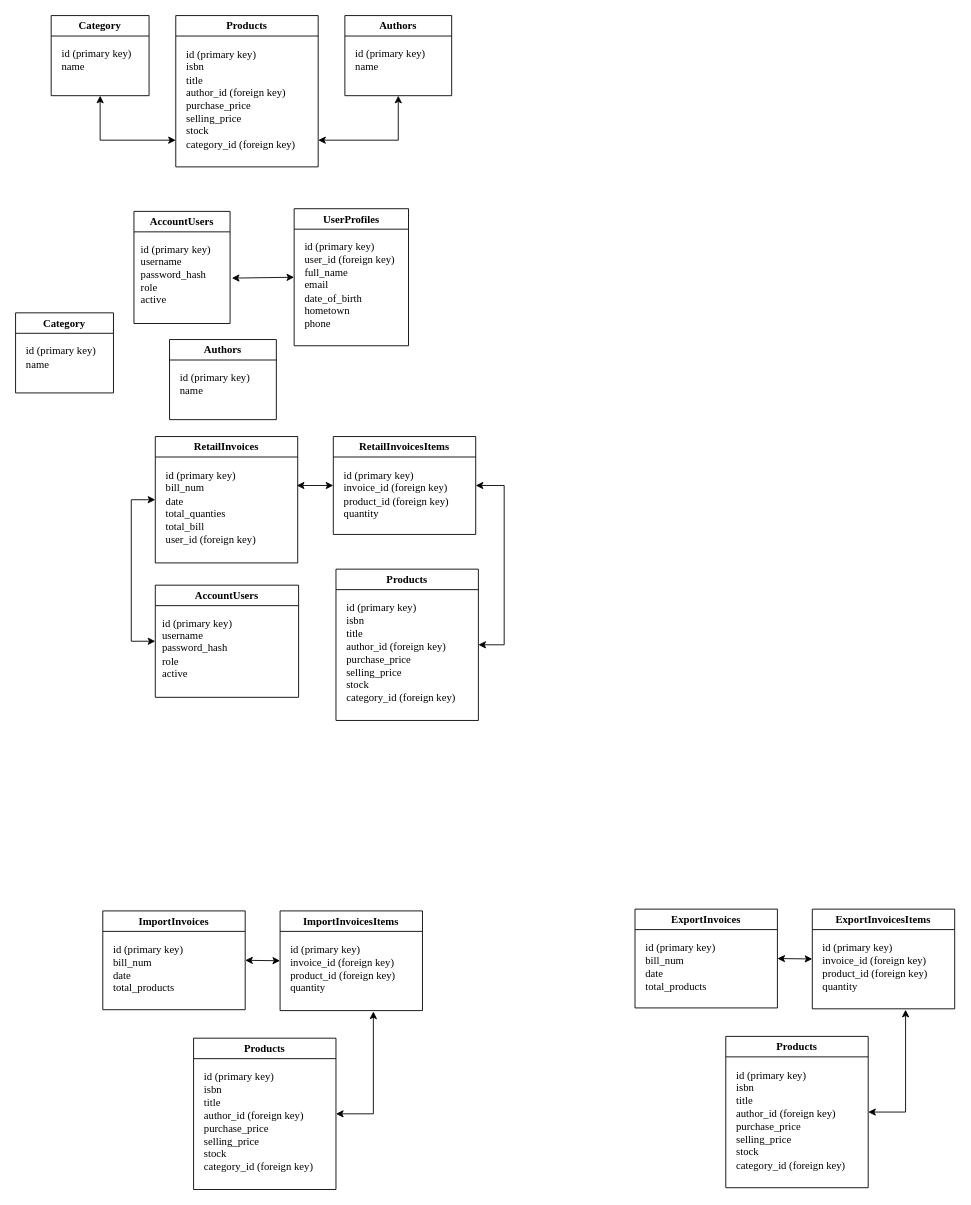
Before: csdl.drawio in suofujita/nekolibro, a draw.io diagram. Source tidied: cells renumbered, new cells numbered last; positions are measured from the earlier drawing's top-left corner, leaving out a move shared by most shapes. Both pictures are drawn from the tidied source at 89%, with x=0, y=0 at pixel (15, 15).
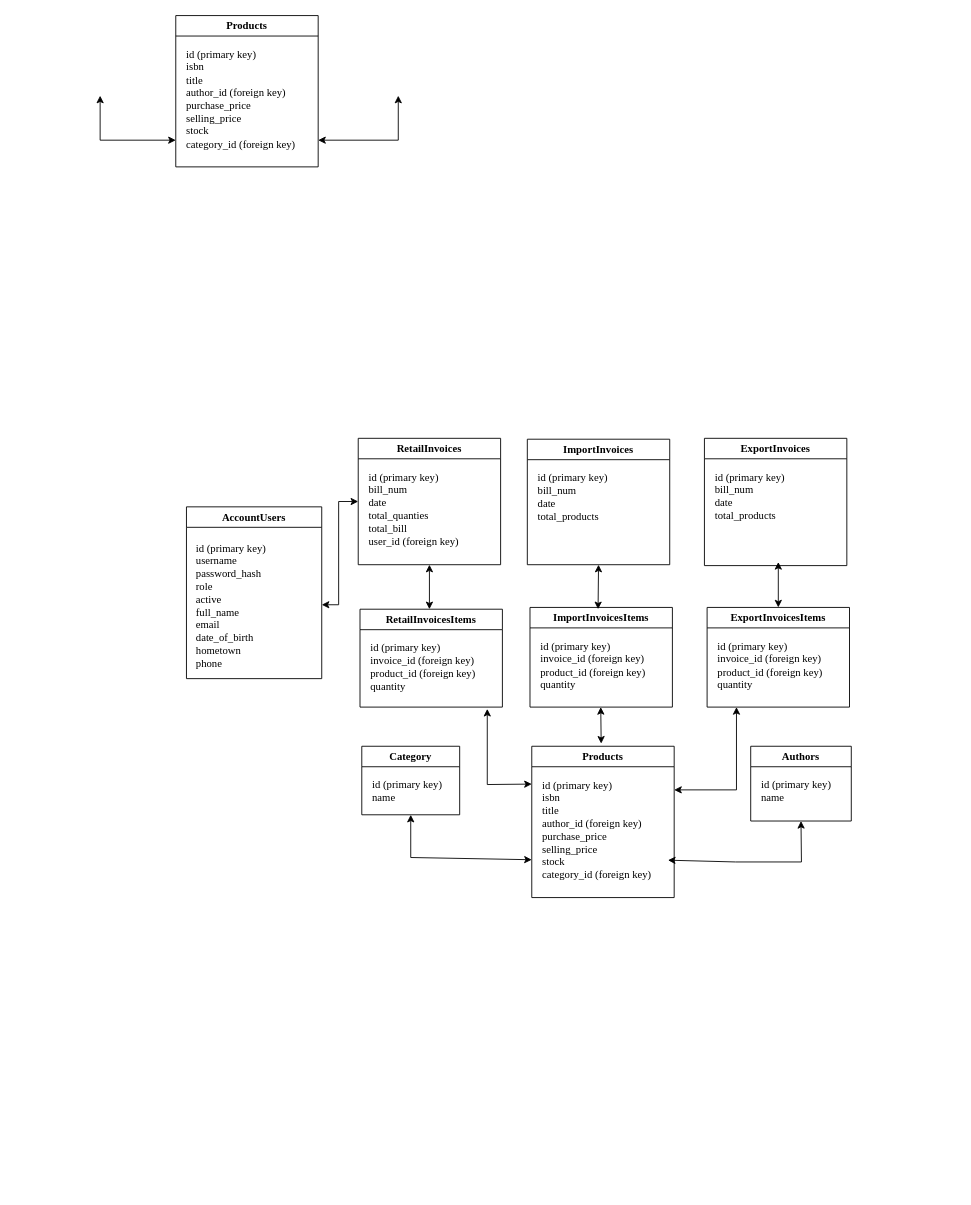
The same diagram, later.

The change refers to these unchanged cells:
```xml
<mxCell id="2" value="&lt;font face=&quot;Times New Roman&quot;&gt;Products&lt;/font&gt;" style="swimlane;whiteSpace=wrap;html=1;" parent="1" vertex="1">
  <mxGeometry x="180" width="160" height="170" as="geometry" />
</mxCell>
```

Diff of the diagram source:
```diff
@@
-    <mxCell id="4" style="endArrow=classic;startArrow=classic;html=1;rounded=0;entryX=0.5;entryY=1;entryDx=0;entryDy=0;" parent="2" edge="1" target="7">
+    <mxCell id="4" style="endArrow=classic;startArrow=classic;html=1;rounded=0;entryX=0.5;entryY=1;entryDx=0;entryDy=0;" parent="2" edge="1">
       <mxGeometry relative="1" as="geometry">
         <mxPoint x="160" y="140" as="sourcePoint" />
+        <mxPoint x="250" y="90" as="targetPoint" />
         <Array as="points">
           <mxPoint x="250" y="140" />
         </Array>
       </mxGeometry>
     </mxCell>
-    <mxCell id="5" value="&lt;font face=&quot;Times New Roman&quot;&gt;Category&lt;/font&gt;" style="swimlane;whiteSpace=wrap;html=1;" parent="1" vertex="1">
-      <mxGeometry x="40" width="110" height="90" as="geometry" />
-    </mxCell>
-    <mxCell id="6" value="&lt;font face=&quot;Times New Roman&quot;&gt;id (primary key)&lt;/font&gt;&lt;div&gt;&lt;font face=&quot;Times New Roman&quot;&gt;name&lt;/font&gt;&lt;/div&gt;" style="text;html=1;align=left;verticalAlign=middle;strokeColor=none;fillColor=none;" parent="5" vertex="1">
-      <mxGeometry x="10" y="30" width="100" height="40" as="geometry" />
-    </mxCell>
-    <mxCell id="7" value="&lt;font face=&quot;Times New Roman&quot;&gt;Authors&lt;/font&gt;" style="swimlane;whiteSpace=wrap;html=1;" parent="1" vertex="1">
-      <mxGeometry x="370" width="120" height="90" as="geometry" />
-    </mxCell>
-    <mxCell id="8" value="&lt;font face=&quot;Times New Roman&quot;&gt;id (primary key)&lt;/font&gt;&lt;div&gt;&lt;font face=&quot;Times New Roman&quot;&gt;name&lt;/font&gt;&lt;/div&gt;" style="text;html=1;align=left;verticalAlign=middle;strokeColor=none;fillColor=none;" parent="7" vertex="1">
-      <mxGeometry x="10" y="30" width="100" height="40" as="geometry" />
-    </mxCell>
-    <mxCell id="9" style="endArrow=classic;startArrow=classic;html=1;rounded=0;exitX=0.5;exitY=1;exitDx=0;exitDy=0;" parent="1" edge="1" source="5">
+    <mxCell id="9" style="endArrow=classic;startArrow=classic;html=1;rounded=0;exitX=0.5;exitY=1;exitDx=0;exitDy=0;" parent="1" edge="1">
       <mxGeometry relative="1" as="geometry">
+        <mxPoint x="95" y="90" as="sourcePoint" />
         <mxPoint x="180" y="140" as="targetPoint" />
         <Array as="points">
           <mxPoint x="95" y="140" />
         </Array>
       </mxGeometry>
     </mxCell>
     <mxCell id="10" value="&lt;font face=&quot;Times New Roman&quot;&gt;AccountUsers&lt;/font&gt;" style="swimlane;whiteSpace=wrap;html=1;" parent="1" vertex="1">
-      <mxGeometry x="133" y="220" width="108" height="126" as="geometry" />
+      <mxGeometry x="192" y="552" width="152" height="193" as="geometry" />
     </mxCell>
-    <mxCell id="11" value="&lt;font face=&quot;Times New Roman&quot;&gt;id (primary key)&lt;/font&gt;&lt;div&gt;&lt;font face=&quot;Times New Roman&quot;&gt;username&lt;/font&gt;&lt;/div&gt;&lt;div&gt;&lt;font face=&quot;Times New Roman&quot;&gt;password_hash&lt;/font&gt;&lt;/div&gt;&lt;div&gt;&lt;font face=&quot;Times New Roman&quot;&gt;role&lt;/font&gt;&lt;/div&gt;&lt;div&gt;&lt;font face=&quot;Times New Roman&quot;&gt;active&lt;/font&gt;&lt;/div&gt;" style="text;html=1;align=left;verticalAlign=middle;strokeColor=none;fillColor=none;" parent="10" vertex="1">
-      <mxGeometry x="5.5" y="29" width="97" height="84" as="geometry" />
+    <mxCell id="11" value="&lt;font face=&quot;Times New Roman&quot;&gt;id (primary key)&lt;/font&gt;&lt;div&gt;&lt;font face=&quot;Times New Roman&quot;&gt;username&lt;/font&gt;&lt;/div&gt;&lt;div&gt;&lt;font face=&quot;Times New Roman&quot;&gt;password_hash&lt;/font&gt;&lt;/div&gt;&lt;div&gt;&lt;font face=&quot;Times New Roman&quot;&gt;role&lt;/font&gt;&lt;/div&gt;&lt;div&gt;&lt;font face=&quot;Times New Roman&quot;&gt;active&lt;/font&gt;&lt;/div&gt;&lt;div&gt;&lt;div&gt;&lt;font face=&quot;Times New Roman&quot;&gt;full_name&lt;/font&gt;&lt;/div&gt;&lt;div&gt;&lt;font face=&quot;Times New Roman&quot;&gt;email&lt;/font&gt;&lt;/div&gt;&lt;div&gt;&lt;font face=&quot;Times New Roman&quot;&gt;date_of_birth&lt;/font&gt;&lt;/div&gt;&lt;div&gt;&lt;font face=&quot;Times New Roman&quot;&gt;hometown&lt;/font&gt;&lt;/div&gt;&lt;div&gt;&lt;font face=&quot;Times New Roman&quot;&gt;phone&lt;/font&gt;&lt;/div&gt;&lt;/div&gt;" style="text;html=1;align=left;verticalAlign=middle;strokeColor=none;fillColor=none;" parent="10" vertex="1">
+      <mxGeometry x="9" y="33" width="97" height="156" as="geometry" />
     </mxCell>
-    <mxCell id="12" value="&lt;font face=&quot;Times New Roman&quot;&gt;UserProfiles&lt;/font&gt;" style="swimlane;whiteSpace=wrap;html=1;" parent="1" vertex="1">
-      <mxGeometry x="313" y="217" width="128.5" height="154" as="geometry" />
-    </mxCell>
-    <mxCell id="13" value="&lt;font face=&quot;Times New Roman&quot;&gt;id (primary key)&lt;/font&gt;&lt;div&gt;&lt;font face=&quot;Times New Roman&quot;&gt;user_id (foreign key)&lt;/font&gt;&lt;/div&gt;&lt;div&gt;&lt;font face=&quot;Times New Roman&quot;&gt;full_name&lt;/font&gt;&lt;/div&gt;&lt;div&gt;&lt;font face=&quot;Times New Roman&quot;&gt;email&lt;/font&gt;&lt;/div&gt;&lt;div&gt;&lt;font face=&quot;Times New Roman&quot;&gt;date_of_birth&lt;/font&gt;&lt;/div&gt;&lt;div&gt;&lt;font face=&quot;Times New Roman&quot;&gt;hometown&lt;/font&gt;&lt;/div&gt;&lt;div&gt;&lt;font face=&quot;Times New Roman&quot;&gt;phone&lt;/font&gt;&lt;/div&gt;" style="text;html=1;align=left;verticalAlign=middle;strokeColor=none;fillColor=none;" parent="12" vertex="1">
-      <mxGeometry x="9.5" y="29" width="119" height="113" as="geometry" />
-    </mxCell>
-    <mxCell id="14" style="endArrow=classic;startArrow=classic;html=1;rounded=0;entryX=0;entryY=0.5;entryDx=0;entryDy=0;" parent="1" edge="1" target="12">
-      <mxGeometry relative="1" as="geometry">
-        <mxPoint x="243" y="295" as="sourcePoint" />
-      </mxGeometry>
-    </mxCell>
     <mxCell id="15" value="&lt;font face=&quot;Times New Roman&quot;&gt;Products&lt;/font&gt;" style="swimlane;whiteSpace=wrap;html=1;" parent="1" vertex="1">
-      <mxGeometry x="360" y="622" width="160" height="170" as="geometry" />
+      <mxGeometry x="580" y="821" width="160" height="170" as="geometry" />
     </mxCell>
@@
-    <mxCell id="17" value="&lt;font face=&quot;Times New Roman&quot;&gt;Category&lt;/font&gt;" style="swimlane;whiteSpace=wrap;html=1;" parent="1" vertex="1">
-      <mxGeometry y="334" width="110" height="90" as="geometry" />
-    </mxCell>
-    <mxCell id="18" value="&lt;font face=&quot;Times New Roman&quot;&gt;id (primary key)&lt;/font&gt;&lt;div&gt;&lt;font face=&quot;Times New Roman&quot;&gt;name&lt;/font&gt;&lt;/div&gt;" style="text;html=1;align=left;verticalAlign=middle;strokeColor=none;fillColor=none;" parent="17" vertex="1">
-      <mxGeometry x="10" y="30" width="100" height="40" as="geometry" />
-    </mxCell>
-    <mxCell id="19" value="&lt;font face=&quot;Times New Roman&quot;&gt;Authors&lt;/font&gt;" style="swimlane;whiteSpace=wrap;html=1;" parent="1" vertex="1">
-      <mxGeometry x="173" y="364" width="120" height="90" as="geometry" />
-    </mxCell>
-    <mxCell id="20" value="&lt;font face=&quot;Times New Roman&quot;&gt;id (primary key)&lt;/font&gt;&lt;div&gt;&lt;font face=&quot;Times New Roman&quot;&gt;name&lt;/font&gt;&lt;/div&gt;" style="text;html=1;align=left;verticalAlign=middle;strokeColor=none;fillColor=none;" parent="19" vertex="1">
-      <mxGeometry x="10" y="30" width="100" height="40" as="geometry" />
-    </mxCell>
-    <mxCell id="21" value="&lt;font face=&quot;Times New Roman&quot;&gt;AccountUsers&lt;/font&gt;" style="swimlane;whiteSpace=wrap;html=1;" parent="1" vertex="1">
-      <mxGeometry x="157" y="640" width="161" height="126" as="geometry" />
-    </mxCell>
-    <mxCell id="22" value="&lt;font face=&quot;Times New Roman&quot;&gt;id (primary key)&lt;/font&gt;&lt;div&gt;&lt;font face=&quot;Times New Roman&quot;&gt;username&lt;/font&gt;&lt;/div&gt;&lt;div&gt;&lt;font face=&quot;Times New Roman&quot;&gt;password_hash&lt;/font&gt;&lt;/div&gt;&lt;div&gt;&lt;font face=&quot;Times New Roman&quot;&gt;role&lt;/font&gt;&lt;/div&gt;&lt;div&gt;&lt;font face=&quot;Times New Roman&quot;&gt;active&lt;/font&gt;&lt;/div&gt;" style="text;html=1;align=left;verticalAlign=middle;strokeColor=none;fillColor=none;" parent="21" vertex="1">
-      <mxGeometry x="5.5" y="29" width="97" height="84" as="geometry" />
-    </mxCell>
     <mxCell id="23" value="&lt;font face=&quot;Times New Roman&quot;&gt;RetailInvoices&lt;/font&gt;" style="swimlane;whiteSpace=wrap;html=1;" parent="1" vertex="1">
-      <mxGeometry x="157" y="473" width="160" height="142" as="geometry" />
+      <mxGeometry x="385" y="475" width="160" height="142" as="geometry" />
     </mxCell>
@@
     <mxCell id="25" value="&lt;font face=&quot;Times New Roman&quot;&gt;RetailInvoicesItems&lt;/font&gt;" style="swimlane;whiteSpace=wrap;html=1;" parent="1" vertex="1">
-      <mxGeometry x="357" y="473" width="160" height="110" as="geometry" />
+      <mxGeometry x="387" y="667" width="160" height="110" as="geometry" />
     </mxCell>
@@
-    <mxCell id="27" style="endArrow=classic;startArrow=classic;html=1;rounded=0;entryX=0;entryY=0.5;entryDx=0;entryDy=0;" parent="1" edge="1" target="25">
-      <mxGeometry relative="1" as="geometry">
-        <mxPoint x="316" y="528" as="sourcePoint" />
-      </mxGeometry>
-    </mxCell>
-    <mxCell id="28" style="endArrow=classic;startArrow=classic;html=1;rounded=0;entryX=1;entryY=0.5;entryDx=0;entryDy=0;exitX=1;exitY=0.5;exitDx=0;exitDy=0;" parent="1" edge="1" source="15" target="25">
-      <mxGeometry relative="1" as="geometry">
-        <Array as="points">
-          <mxPoint x="549" y="707" />
-          <mxPoint x="549" y="528" />
-        </Array>
-      </mxGeometry>
-    </mxCell>
-    <mxCell id="29" style="endArrow=classic;startArrow=classic;html=1;rounded=0;entryX=0;entryY=0.5;entryDx=0;entryDy=0;exitX=0;exitY=0.5;exitDx=0;exitDy=0;" parent="1" edge="1" source="21" target="23">
-      <mxGeometry relative="1" as="geometry">
-        <Array as="points">
-          <mxPoint x="130" y="703" />
-          <mxPoint x="130" y="544" />
-        </Array>
-      </mxGeometry>
-    </mxCell>
-    <mxCell id="30" value="&lt;font face=&quot;Times New Roman&quot;&gt;Products&lt;/font&gt;" style="swimlane;whiteSpace=wrap;html=1;" parent="1" vertex="1">
-      <mxGeometry x="200" y="1149" width="160" height="170" as="geometry" />
-    </mxCell>
-    <mxCell id="31" value="&lt;font face=&quot;Times New Roman&quot;&gt;id (primary key)&lt;br&gt;isbn&lt;br&gt;title&lt;br&gt;author_id (foreign key)&lt;br&gt;purchase_price&lt;br&gt;selling_price&lt;br&gt;stock&lt;br&gt;category_id (foreign key)&lt;/font&gt;" style="text;whiteSpace=wrap;html=1;" parent="30" vertex="1">
-      <mxGeometry x="10" y="30" width="138" height="128" as="geometry" />
-    </mxCell>
     <mxCell id="32" value="&lt;font face=&quot;Times New Roman&quot;&gt;ImportInvoices&lt;/font&gt;" style="swimlane;whiteSpace=wrap;html=1;" parent="1" vertex="1">
-      <mxGeometry x="98" y="1006" width="160" height="111" as="geometry" />
+      <mxGeometry x="575" y="476" width="160" height="141" as="geometry" />
     </mxCell>
@@
     <mxCell id="34" value="&lt;font face=&quot;Times New Roman&quot;&gt;ImportInvoicesItems&lt;/font&gt;" style="swimlane;whiteSpace=wrap;html=1;" parent="1" vertex="1">
-      <mxGeometry x="297.2" y="1006" width="160" height="112" as="geometry" />
+      <mxGeometry x="578" y="665" width="160" height="112" as="geometry" />
     </mxCell>
@@
-    <mxCell id="36" style="endArrow=classic;startArrow=classic;html=1;rounded=0;exitX=1;exitY=0.5;exitDx=0;exitDy=0;entryX=0;entryY=0.5;entryDx=0;entryDy=0;" parent="1" edge="1" source="32" target="34">
-      <mxGeometry relative="1" as="geometry" />
-    </mxCell>
-    <mxCell id="37" style="endArrow=classic;startArrow=classic;html=1;rounded=0;exitX=1;exitY=0.5;exitDx=0;exitDy=0;" parent="1" edge="1" source="30">
-      <mxGeometry relative="1" as="geometry">
-        <mxPoint x="402" y="1119" as="targetPoint" />
-        <Array as="points">
-          <mxPoint x="402" y="1234" />
-        </Array>
-      </mxGeometry>
-    </mxCell>
-    <mxCell id="38" value="&lt;font face=&quot;Times New Roman&quot;&gt;Products&lt;/font&gt;" style="swimlane;whiteSpace=wrap;html=1;" parent="1" vertex="1">
-      <mxGeometry x="798" y="1147" width="160" height="170" as="geometry" />
-    </mxCell>
-    <mxCell id="39" value="&lt;font face=&quot;Times New Roman&quot;&gt;id (primary key)&lt;br&gt;isbn&lt;br&gt;title&lt;br&gt;author_id (foreign key)&lt;br&gt;purchase_price&lt;br&gt;selling_price&lt;br&gt;stock&lt;br&gt;category_id (foreign key)&lt;/font&gt;" style="text;whiteSpace=wrap;html=1;" parent="38" vertex="1">
-      <mxGeometry x="10" y="30" width="138" height="128" as="geometry" />
-    </mxCell>
     <mxCell id="40" value="&lt;font face=&quot;Times New Roman&quot;&gt;ExportInvoices&lt;/font&gt;" style="swimlane;whiteSpace=wrap;html=1;" parent="1" vertex="1">
-      <mxGeometry x="696" y="1004" width="160" height="111" as="geometry" />
+      <mxGeometry x="774" y="475" width="160" height="143" as="geometry" />
     </mxCell>
@@
     <mxCell id="42" value="&lt;font face=&quot;Times New Roman&quot;&gt;ExportInvoicesItems&lt;/font&gt;" style="swimlane;whiteSpace=wrap;html=1;" parent="1" vertex="1">
-      <mxGeometry x="895.2" y="1004" width="160" height="112" as="geometry" />
+      <mxGeometry x="777" y="665" width="160" height="112" as="geometry" />
     </mxCell>
@@
-    <mxCell id="44" style="endArrow=classic;startArrow=classic;html=1;rounded=0;exitX=1;exitY=0.5;exitDx=0;exitDy=0;entryX=0;entryY=0.5;entryDx=0;entryDy=0;" parent="1" edge="1" source="40" target="42">
-      <mxGeometry relative="1" as="geometry" />
-    </mxCell>
-    <mxCell id="45" style="endArrow=classic;startArrow=classic;html=1;rounded=0;exitX=1;exitY=0.5;exitDx=0;exitDy=0;" parent="1" edge="1" source="38">
-      <mxGeometry relative="1" as="geometry">
-        <mxPoint x="1000" y="1117" as="targetPoint" />
-        <Array as="points">
-          <mxPoint x="1000" y="1232" />
-        </Array>
-      </mxGeometry>
-    </mxCell>
+    <mxCell id="46" value="&lt;font face=&quot;Times New Roman&quot;&gt;Category&lt;/font&gt;" style="swimlane;whiteSpace=wrap;html=1;" parent="1" vertex="1">
+      <mxGeometry x="389" y="821" width="110" height="77" as="geometry" />
+    </mxCell>
+    <mxCell id="47" value="&lt;font face=&quot;Times New Roman&quot;&gt;id (primary key)&lt;/font&gt;&lt;div&gt;&lt;font face=&quot;Times New Roman&quot;&gt;name&lt;/font&gt;&lt;/div&gt;" style="text;html=1;align=left;verticalAlign=middle;strokeColor=none;fillColor=none;" parent="46" vertex="1">
+      <mxGeometry x="10" y="30" width="100" height="40" as="geometry" />
+    </mxCell>
+    <mxCell id="48" value="&lt;font face=&quot;Times New Roman&quot;&gt;Authors&lt;/font&gt;" style="swimlane;whiteSpace=wrap;html=1;" parent="1" vertex="1">
+      <mxGeometry x="826" y="821" width="113" height="84" as="geometry" />
+    </mxCell>
+    <mxCell id="49" value="&lt;font face=&quot;Times New Roman&quot;&gt;id (primary key)&lt;/font&gt;&lt;div&gt;&lt;font face=&quot;Times New Roman&quot;&gt;name&lt;/font&gt;&lt;/div&gt;" style="text;html=1;align=left;verticalAlign=middle;strokeColor=none;fillColor=none;" parent="48" vertex="1">
+      <mxGeometry x="10" y="30" width="100" height="40" as="geometry" />
+    </mxCell>
+    <mxCell id="50" style="endArrow=classic;startArrow=classic;html=1;rounded=0;entryX=0;entryY=0.5;entryDx=0;entryDy=0;" parent="1" edge="1" target="23">
+      <mxGeometry relative="1" as="geometry">
+        <mxPoint x="344" y="662" as="sourcePoint" />
+        <Array as="points">
+          <mxPoint x="363" y="662" />
+          <mxPoint x="363" y="546" />
+        </Array>
+      </mxGeometry>
+    </mxCell>
+    <mxCell id="51" style="endArrow=classic;startArrow=classic;html=1;rounded=0;entryX=0.5;entryY=1;entryDx=0;entryDy=0;" parent="1" edge="1" target="23">
+      <mxGeometry relative="1" as="geometry">
+        <mxPoint x="465" y="667" as="sourcePoint" />
+      </mxGeometry>
+    </mxCell>
+    <mxCell id="52" style="endArrow=classic;startArrow=classic;html=1;rounded=0;entryX=0.5;entryY=1;entryDx=0;entryDy=0;" parent="1" edge="1" target="32">
+      <mxGeometry relative="1" as="geometry">
+        <mxPoint x="654.5" y="667" as="sourcePoint" />
+      </mxGeometry>
+    </mxCell>
+    <mxCell id="53" style="endArrow=classic;startArrow=classic;html=1;rounded=0;exitX=0.5;exitY=0;exitDx=0;exitDy=0;" parent="1" edge="1" source="42">
+      <mxGeometry relative="1" as="geometry">
+        <mxPoint x="857" y="614" as="targetPoint" />
+      </mxGeometry>
+    </mxCell>
+    <mxCell id="54" style="endArrow=classic;startArrow=classic;html=1;rounded=0;entryX=0.5;entryY=1;entryDx=0;entryDy=0;" parent="1" edge="1">
+      <mxGeometry relative="1" as="geometry">
+        <mxPoint x="658" y="818" as="sourcePoint" />
+        <mxPoint x="657.5" y="777" as="targetPoint" />
+      </mxGeometry>
+    </mxCell>
+    <mxCell id="55" style="endArrow=classic;startArrow=classic;html=1;rounded=0;exitX=0.5;exitY=1;exitDx=0;exitDy=0;entryX=0;entryY=0.75;entryDx=0;entryDy=0;" parent="1" edge="1" source="46" target="15">
+      <mxGeometry relative="1" as="geometry">
+        <Array as="points">
+          <mxPoint x="444" y="946" />
+        </Array>
+      </mxGeometry>
+    </mxCell>
+    <mxCell id="56" style="endArrow=classic;startArrow=classic;html=1;rounded=0;entryX=0.5;entryY=1;entryDx=0;entryDy=0;" parent="1" edge="1" target="48">
+      <mxGeometry relative="1" as="geometry">
+        <mxPoint x="733" y="949" as="sourcePoint" />
+        <Array as="points">
+          <mxPoint x="809" y="951" />
+          <mxPoint x="883" y="951" />
+        </Array>
+      </mxGeometry>
+    </mxCell>
+    <mxCell id="57" style="endArrow=classic;startArrow=classic;html=1;rounded=0;exitX=0;exitY=0.25;exitDx=0;exitDy=0;" parent="1" edge="1" source="15">
+      <mxGeometry relative="1" as="geometry">
+        <mxPoint x="530" y="779" as="targetPoint" />
+        <Array as="points">
+          <mxPoint x="530" y="864" />
+        </Array>
+      </mxGeometry>
+    </mxCell>
+    <mxCell id="58" style="endArrow=classic;startArrow=classic;html=1;rounded=0;" parent="1" edge="1">
+      <mxGeometry relative="1" as="geometry">
+        <mxPoint x="740" y="870" as="sourcePoint" />
+        <mxPoint x="810" y="777" as="targetPoint" />
+        <Array as="points">
+          <mxPoint x="810" y="870" />
+        </Array>
+      </mxGeometry>
+    </mxCell>
```
